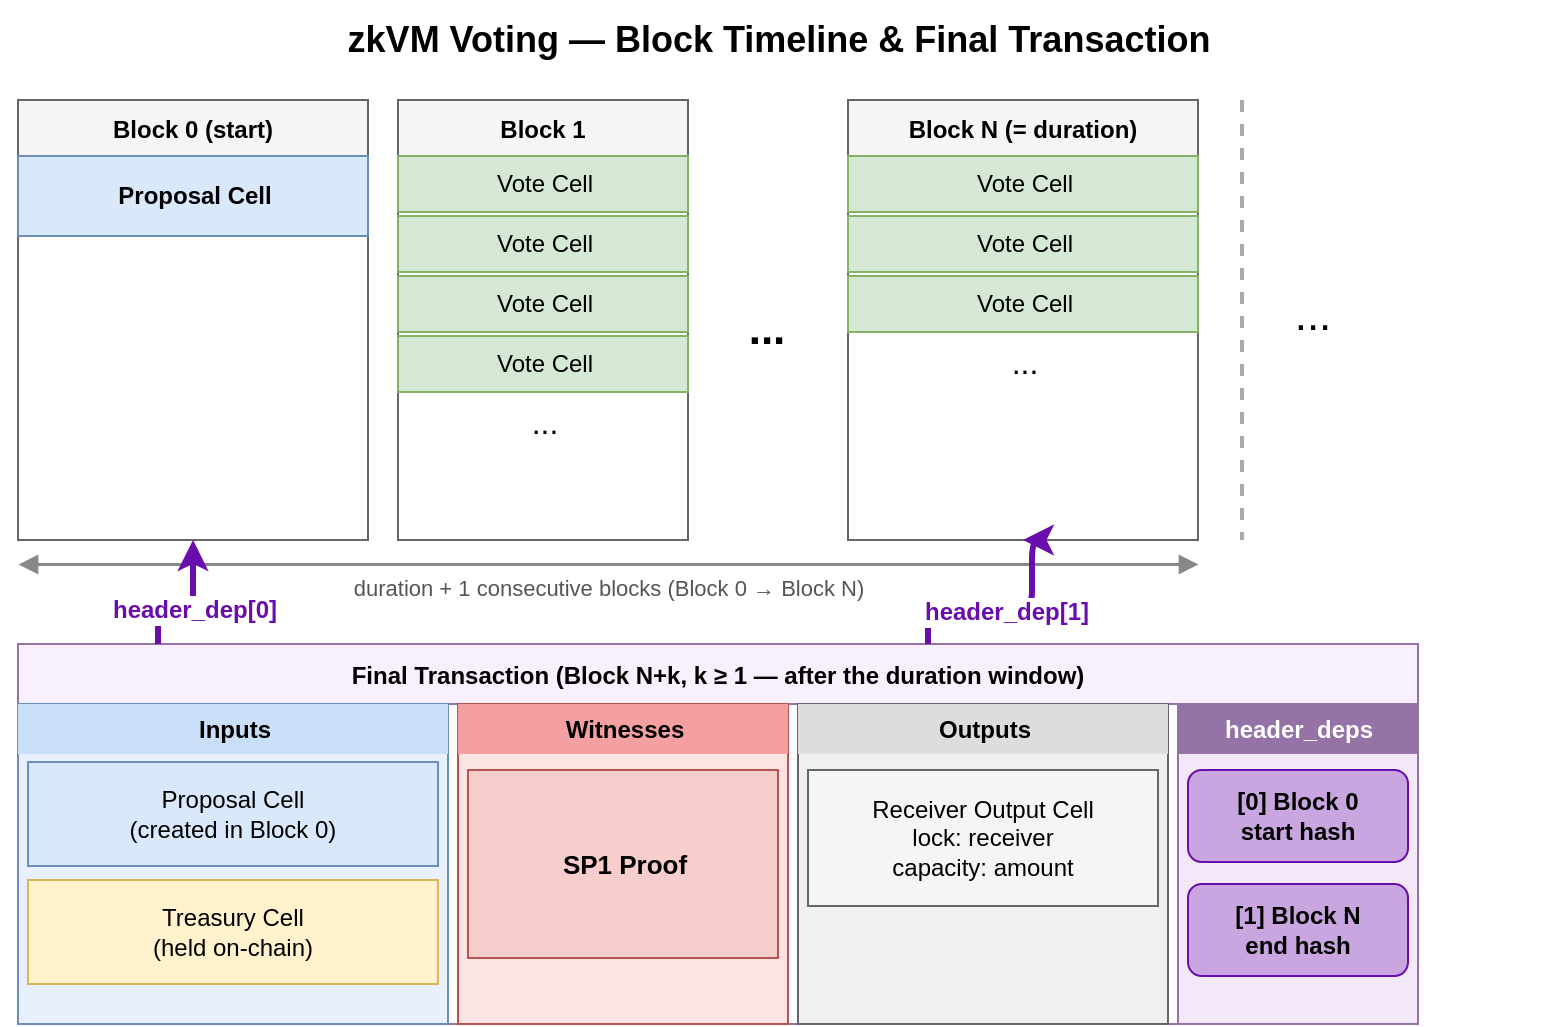
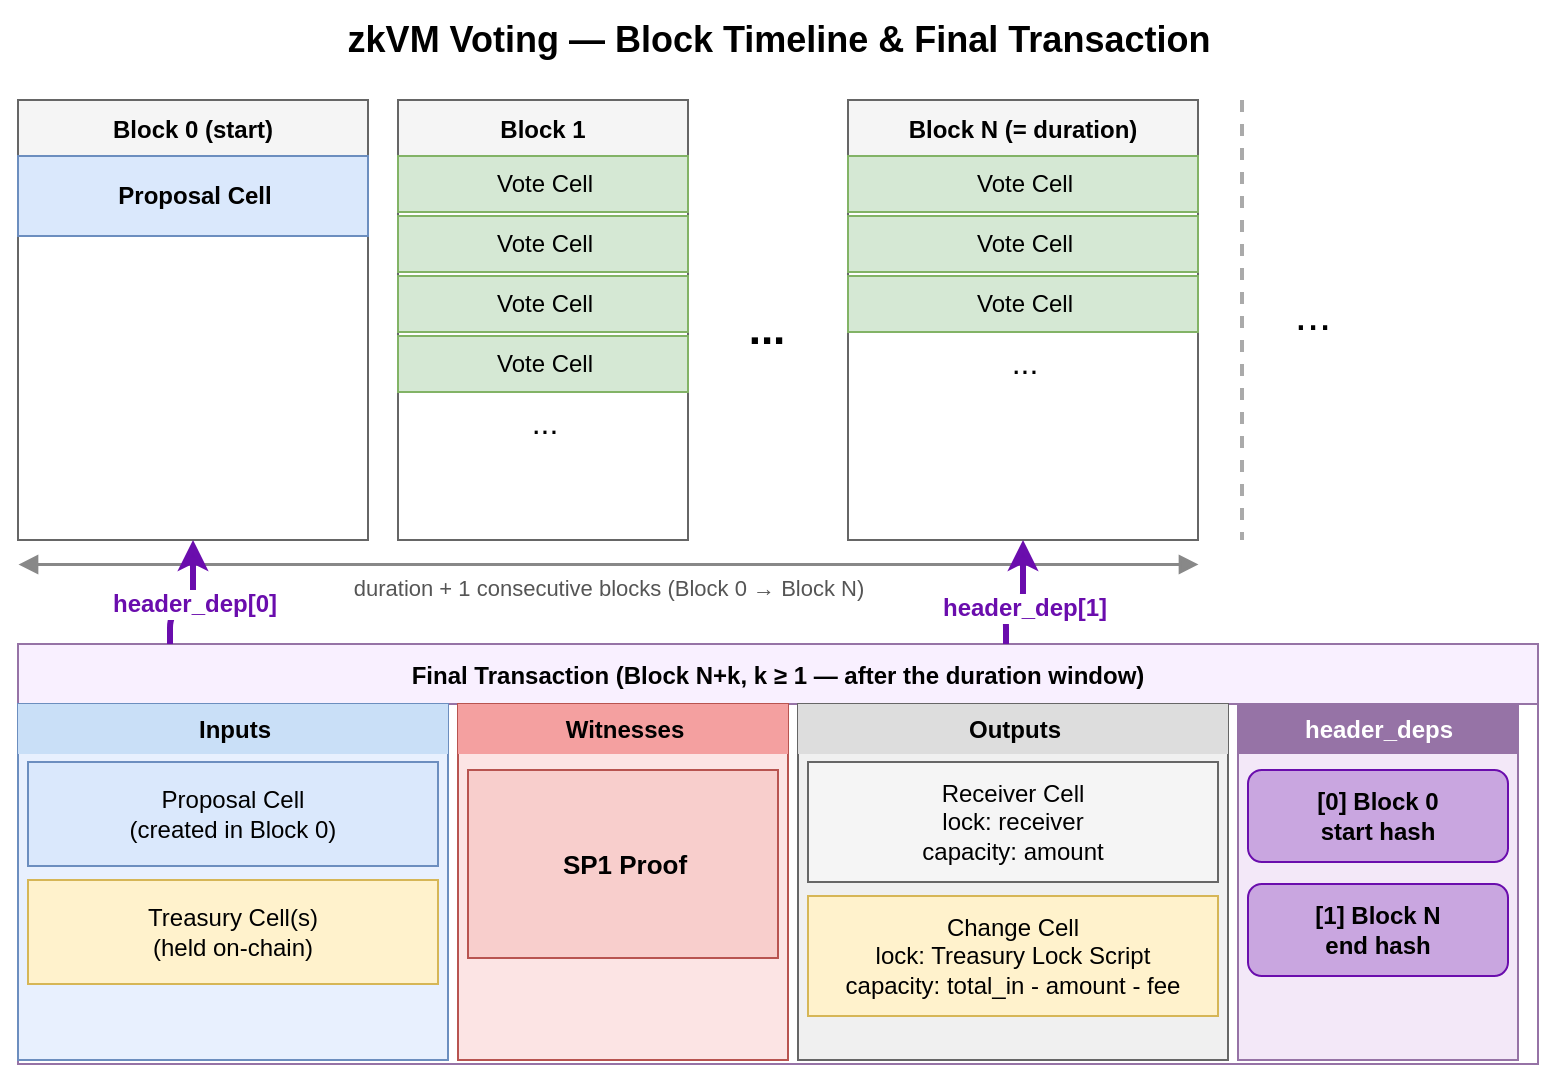
- <mxfile host="embed.diagrams.net">
-   <diagram id="tfoYfmyhiadQkFuRch0r" name="Page-1">
-     <mxGraphModel dx="1030" dy="557" grid="1" gridSize="10" guides="1" tooltips="1" connect="1" arrows="1" fold="1" page="1" pageScale="1" pageWidth="1654" pageHeight="1169" math="0" shadow="0">
-       <root>
-         <mxCell id="0" />
-         <mxCell id="1" parent="0" />
-         <mxCell id="title" parent="1" style="text;html=1;strokeColor=none;fillColor=none;align=center;verticalAlign=middle;fontSize=18;fontStyle=1;" value="zkVM Voting — Block Timeline &amp; Final Transaction" vertex="1">
-           <mxGeometry height="40" width="760" x="40" y="10" as="geometry" />
-         </mxCell>
-         <mxCell id="block-0" parent="1" style="swimlane;startSize=28;fillColor=#f5f5f5;strokeColor=#666666;fontStyle=1;fontSize=12;" value="Block 0  (start)" vertex="1">
-           <mxGeometry height="220" width="175" x="40" y="60" as="geometry" />
-         </mxCell>
-         <mxCell id="b0-pc" parent="block-0" style="text;html=1;strokeColor=#6c8ebf;fillColor=#dae8fc;align=center;verticalAlign=middle;rounded=0;fontStyle=1;" value="Proposal Cell" vertex="1">
-           <mxGeometry height="40" width="175" y="28" as="geometry" />
-         </mxCell>
-         <mxCell id="block-1" parent="1" style="swimlane;startSize=28;fillColor=#f5f5f5;strokeColor=#666666;fontStyle=1;fontSize=12;" value="Block 1" vertex="1">
-           <mxGeometry height="220" width="145" x="230" y="60" as="geometry" />
-         </mxCell>
-         <mxCell id="b1-vc1" parent="block-1" style="text;html=1;strokeColor=#82b366;fillColor=#d5e8d4;align=center;verticalAlign=middle;" value="Vote Cell" vertex="1">
-           <mxGeometry height="28" width="145" y="28" as="geometry" />
-         </mxCell>
-         <mxCell id="b1-vc2" parent="block-1" style="text;html=1;strokeColor=#82b366;fillColor=#d5e8d4;align=center;verticalAlign=middle;" value="Vote Cell" vertex="1">
-           <mxGeometry height="28" width="145" y="58" as="geometry" />
-         </mxCell>
-         <mxCell id="b1-vc3" parent="block-1" style="text;html=1;strokeColor=#82b366;fillColor=#d5e8d4;align=center;verticalAlign=middle;" value="Vote Cell" vertex="1">
-           <mxGeometry height="28" width="145" y="88" as="geometry" />
-         </mxCell>
-         <mxCell id="b1-vc4" parent="block-1" style="text;html=1;strokeColor=#82b366;fillColor=#d5e8d4;align=center;verticalAlign=middle;" value="Vote Cell" vertex="1">
-           <mxGeometry height="28" width="145" y="118" as="geometry" />
-         </mxCell>
-         <mxCell id="b1-more" parent="block-1" style="text;html=1;strokeColor=none;fillColor=none;align=center;verticalAlign=middle;fontSize=16;" value="..." vertex="1">
-           <mxGeometry height="22" width="145" y="150" as="geometry" />
-         </mxCell>
-         <mxCell id="block-dots" parent="1" style="text;html=1;strokeColor=none;fillColor=none;align=center;verticalAlign=middle;fontSize=22;fontStyle=1;" value="..." vertex="1">
-           <mxGeometry height="34" width="52" x="388" y="158" as="geometry" />
-         </mxCell>
-         <mxCell id="block-n" parent="1" style="swimlane;startSize=28;fillColor=#f5f5f5;strokeColor=#666666;fontStyle=1;fontSize=12;" value="Block N  (= duration)" vertex="1">
-           <mxGeometry height="220" width="175" x="455" y="60" as="geometry" />
-         </mxCell>
-         <mxCell id="bn-vc1" parent="block-n" style="text;html=1;strokeColor=#82b366;fillColor=#d5e8d4;align=center;verticalAlign=middle;" value="Vote Cell" vertex="1">
-           <mxGeometry height="28" width="175" y="28" as="geometry" />
-         </mxCell>
-         <mxCell id="bn-vc2" parent="block-n" style="text;html=1;strokeColor=#82b366;fillColor=#d5e8d4;align=center;verticalAlign=middle;" value="Vote Cell" vertex="1">
-           <mxGeometry height="28" width="175" y="58" as="geometry" />
-         </mxCell>
-         <mxCell id="bn-vc3" parent="block-n" style="text;html=1;strokeColor=#82b366;fillColor=#d5e8d4;align=center;verticalAlign=middle;" value="Vote Cell" vertex="1">
-           <mxGeometry height="28" width="175" y="88" as="geometry" />
-         </mxCell>
-         <mxCell id="bn-more" parent="block-n" style="text;html=1;strokeColor=none;fillColor=none;align=center;verticalAlign=middle;fontSize=16;" value="..." vertex="1">
-           <mxGeometry height="22" width="175" y="120" as="geometry" />
-         </mxCell>
-         <mxCell id="later-sep" edge="1" parent="1" style="endArrow=none;html=1;strokeColor=#aaaaaa;strokeWidth=2;dashed=1;" value="">
-           <mxGeometry relative="1" as="geometry">
-             <mxPoint x="652" y="60" as="sourcePoint" />
-             <mxPoint x="652" y="280" as="targetPoint" />
-           </mxGeometry>
-         </mxCell>
-         <mxCell id="later-dots" parent="1" style="text;html=1;strokeColor=none;fillColor=none;align=center;verticalAlign=middle;fontSize=22;" value="..." vertex="1">
-           <mxGeometry height="32" width="50" x="662" y="152" as="geometry" />
-         </mxCell>
-         <mxCell id="duration-bracket" edge="1" parent="1" style="endArrow=block;startArrow=block;html=1;strokeColor=#888888;strokeWidth=1.5;startFill=1;endFill=1;" value="">
-           <mxGeometry relative="1" as="geometry">
-             <mxPoint x="40" y="292" as="sourcePoint" />
-             <mxPoint x="630" y="292" as="targetPoint" />
-           </mxGeometry>
-         </mxCell>
-         <mxCell id="duration-label" parent="1" style="text;html=1;strokeColor=none;fillColor=none;align=center;verticalAlign=middle;fontSize=11;fontColor=#555555;" value="duration + 1 consecutive blocks  (Block 0 → Block N)" vertex="1">
-           <mxGeometry height="20" width="590" x="40" y="294" as="geometry" />
-         </mxCell>
-         <mxCell id="ft" parent="1" style="swimlane;startSize=30;fillColor=#f9f0ff;strokeColor=#9673a6;fontStyle=1;fontSize=12;" value="Final Transaction  (Block N+k,  k ≥ 1  —  after the duration window)" vertex="1">
-           <mxGeometry height="190" width="700" x="40" y="332" as="geometry" />
-         </mxCell>
-         <mxCell id="ft-inputs-bg" parent="ft" style="rounded=0;whiteSpace=wrap;html=1;fillColor=#e8f0fe;strokeColor=#6c8ebf;" value="" vertex="1">
-           <mxGeometry height="160" width="215" y="30" as="geometry" />
-         </mxCell>
-         <mxCell id="ft-inputs-hdr" parent="ft" style="text;html=1;strokeColor=none;fillColor=#c9dff7;align=center;verticalAlign=middle;fontStyle=1;fontSize=12;" value="Inputs" vertex="1">
-           <mxGeometry height="25" width="215" y="30" as="geometry" />
-         </mxCell>
-         <mxCell id="ft-pc" parent="ft" style="text;html=1;strokeColor=#6c8ebf;fillColor=#dae8fc;align=center;verticalAlign=middle;whiteSpace=wrap;" value="Proposal Cell&#xa;(created in Block 0)" vertex="1">
-           <mxGeometry height="52" width="205" x="5" y="59" as="geometry" />
-         </mxCell>
-         <mxCell id="ft-tc" parent="ft" style="text;html=1;strokeColor=#d6b656;fillColor=#fff2cc;align=center;verticalAlign=middle;whiteSpace=wrap;" value="Treasury Cell&#xa;(held on-chain)" vertex="1">
-           <mxGeometry height="52" width="205" x="5" y="118" as="geometry" />
-         </mxCell>
-         <mxCell id="ft-wit-bg" parent="ft" style="rounded=0;whiteSpace=wrap;html=1;fillColor=#fce4e4;strokeColor=#b85450;" value="" vertex="1">
-           <mxGeometry height="160" width="165" x="220" y="30" as="geometry" />
-         </mxCell>
-         <mxCell id="ft-wit-hdr" parent="ft" style="text;html=1;strokeColor=none;fillColor=#f4a0a0;align=center;verticalAlign=middle;fontStyle=1;fontSize=12;" value="Witnesses" vertex="1">
-           <mxGeometry height="25" width="165" x="220" y="30" as="geometry" />
-         </mxCell>
-         <mxCell id="ft-proof" parent="ft" style="text;html=1;strokeColor=#b85450;fillColor=#f8cecc;align=center;verticalAlign=middle;fontStyle=1;fontSize=13;" value="SP1 Proof" vertex="1">
-           <mxGeometry height="94" width="155" x="225" y="63" as="geometry" />
-         </mxCell>
-         <mxCell id="ft-out-bg" parent="ft" style="rounded=0;whiteSpace=wrap;html=1;fillColor=#f0f0f0;strokeColor=#666666;" value="" vertex="1">
-           <mxGeometry height="160" width="185" x="390" y="30" as="geometry" />
-         </mxCell>
-         <mxCell id="ft-out-hdr" parent="ft" style="text;html=1;strokeColor=none;fillColor=#dddddd;align=center;verticalAlign=middle;fontStyle=1;fontSize=12;" value="Outputs" vertex="1">
-           <mxGeometry height="25" width="185" x="390" y="30" as="geometry" />
-         </mxCell>
-         <mxCell id="ft-recv" parent="ft" style="text;html=1;strokeColor=#666666;fillColor=#f5f5f5;align=center;verticalAlign=middle;whiteSpace=wrap;" value="Receiver Output Cell&#xa;lock: receiver&#xa;capacity: amount" vertex="1">
-           <mxGeometry height="68" width="175" x="395" y="63" as="geometry" />
-         </mxCell>
-         <mxCell id="ft-hdeps-bg" parent="ft" style="rounded=0;whiteSpace=wrap;html=1;fillColor=#f3e8f8;strokeColor=#9673a6;" value="" vertex="1">
-           <mxGeometry height="160" width="120" x="580" y="30" as="geometry" />
-         </mxCell>
-         <mxCell id="ft-hdeps-hdr" parent="ft" style="text;html=1;strokeColor=none;fillColor=#9673a6;fontColor=#ffffff;align=center;verticalAlign=middle;fontStyle=1;fontSize=12;" value="header_deps" vertex="1">
-           <mxGeometry height="25" width="120" x="580" y="30" as="geometry" />
-         </mxCell>
-         <mxCell id="ft-hdep0" parent="ft" style="text;html=1;strokeColor=#6a0dad;fillColor=#c9a6e0;align=center;verticalAlign=middle;whiteSpace=wrap;rounded=1;fontStyle=1;fontSize=12;" value="[0] Block 0&#xa;start hash" vertex="1">
-           <mxGeometry height="46" width="110" x="585" y="63" as="geometry" />
-         </mxCell>
-         <mxCell id="ft-hdep1" parent="ft" style="text;html=1;strokeColor=#6a0dad;fillColor=#c9a6e0;align=center;verticalAlign=middle;whiteSpace=wrap;rounded=1;fontStyle=1;fontSize=12;" value="[1] Block N&#xa;end hash" vertex="1">
-           <mxGeometry height="46" width="110" x="585" y="120" as="geometry" />
-         </mxCell>
-         <mxCell id="e-hdep0" edge="1" parent="1" source="ft" style="edgeStyle=orthogonalEdgeStyle;html=1;exitX=0.1;exitY=0;exitDx=0;exitDy=0;entryX=0.5;entryY=1;entryDx=0;entryDy=0;strokeColor=#6a0dad;fontColor=#6a0dad;fontSize=12;fontStyle=1;strokeWidth=3;" target="block-0" value="header_dep[0]">
-           <mxGeometry relative="1" as="geometry">
-             <Array as="points">
-               <mxPoint x="110" y="316" />
-               <mxPoint x="127" y="316" />
-             </Array>
-           </mxGeometry>
-         </mxCell>
-         <mxCell id="e-hdep1" edge="1" parent="1" source="ft" style="edgeStyle=orthogonalEdgeStyle;html=1;exitX=0.65;exitY=0;exitDx=0;exitDy=0;entryX=0.5;entryY=1;entryDx=0;entryDy=0;strokeColor=#6a0dad;fontColor=#6a0dad;fontSize=12;fontStyle=1;strokeWidth=3;" target="block-n" value="header_dep[1]">
-           <mxGeometry relative="1" as="geometry">
-             <Array as="points">
-               <mxPoint x="495" y="316" />
-               <mxPoint x="547" y="316" />
-             </Array>
-           </mxGeometry>
-         </mxCell>
-       </root>
-     </mxGraphModel>
-   </diagram>
- </mxfile>
+ <mxGraphModel dx="1030" dy="557" grid="1" gridSize="10" guides="1" tooltips="1" connect="1" arrows="1" fold="1" page="1" pageScale="1" pageWidth="1654" pageHeight="1169" math="0" shadow="0"><root><mxCell id="0"/><mxCell id="1" parent="0"/><mxCell id="title" parent="1" style="text;html=1;strokeColor=none;fillColor=none;align=center;verticalAlign=middle;fontSize=18;fontStyle=1;" value="zkVM Voting — Block Timeline &amp; Final Transaction" vertex="1"><mxGeometry height="40" width="760" x="40" y="10" as="geometry"/></mxCell><mxCell id="block-0" parent="1" style="swimlane;startSize=28;fillColor=#f5f5f5;strokeColor=#666666;fontStyle=1;fontSize=12;" value="Block 0  (start)" vertex="1"><mxGeometry height="220" width="175" x="40" y="60" as="geometry"/></mxCell><mxCell id="b0-pc" parent="block-0" style="text;html=1;strokeColor=#6c8ebf;fillColor=#dae8fc;align=center;verticalAlign=middle;rounded=0;fontStyle=1;" value="Proposal Cell" vertex="1"><mxGeometry height="40" width="175" y="28" as="geometry"/></mxCell><mxCell id="block-1" parent="1" style="swimlane;startSize=28;fillColor=#f5f5f5;strokeColor=#666666;fontStyle=1;fontSize=12;" value="Block 1" vertex="1"><mxGeometry height="220" width="145" x="230" y="60" as="geometry"/></mxCell><mxCell id="b1-vc1" parent="block-1" style="text;html=1;strokeColor=#82b366;fillColor=#d5e8d4;align=center;verticalAlign=middle;" value="Vote Cell" vertex="1"><mxGeometry height="28" width="145" y="28" as="geometry"/></mxCell><mxCell id="b1-vc2" parent="block-1" style="text;html=1;strokeColor=#82b366;fillColor=#d5e8d4;align=center;verticalAlign=middle;" value="Vote Cell" vertex="1"><mxGeometry height="28" width="145" y="58" as="geometry"/></mxCell><mxCell id="b1-vc3" parent="block-1" style="text;html=1;strokeColor=#82b366;fillColor=#d5e8d4;align=center;verticalAlign=middle;" value="Vote Cell" vertex="1"><mxGeometry height="28" width="145" y="88" as="geometry"/></mxCell><mxCell id="b1-vc4" parent="block-1" style="text;html=1;strokeColor=#82b366;fillColor=#d5e8d4;align=center;verticalAlign=middle;" value="Vote Cell" vertex="1"><mxGeometry height="28" width="145" y="118" as="geometry"/></mxCell><mxCell id="b1-more" parent="block-1" style="text;html=1;strokeColor=none;fillColor=none;align=center;verticalAlign=middle;fontSize=16;" value="..." vertex="1"><mxGeometry height="22" width="145" y="150" as="geometry"/></mxCell><mxCell id="block-dots" parent="1" style="text;html=1;strokeColor=none;fillColor=none;align=center;verticalAlign=middle;fontSize=22;fontStyle=1;" value="..." vertex="1"><mxGeometry height="34" width="52" x="388" y="158" as="geometry"/></mxCell><mxCell id="block-n" parent="1" style="swimlane;startSize=28;fillColor=#f5f5f5;strokeColor=#666666;fontStyle=1;fontSize=12;" value="Block N  (= duration)" vertex="1"><mxGeometry height="220" width="175" x="455" y="60" as="geometry"/></mxCell><mxCell id="bn-vc1" parent="block-n" style="text;html=1;strokeColor=#82b366;fillColor=#d5e8d4;align=center;verticalAlign=middle;" value="Vote Cell" vertex="1"><mxGeometry height="28" width="175" y="28" as="geometry"/></mxCell><mxCell id="bn-vc2" parent="block-n" style="text;html=1;strokeColor=#82b366;fillColor=#d5e8d4;align=center;verticalAlign=middle;" value="Vote Cell" vertex="1"><mxGeometry height="28" width="175" y="58" as="geometry"/></mxCell><mxCell id="bn-vc3" parent="block-n" style="text;html=1;strokeColor=#82b366;fillColor=#d5e8d4;align=center;verticalAlign=middle;" value="Vote Cell" vertex="1"><mxGeometry height="28" width="175" y="88" as="geometry"/></mxCell><mxCell id="bn-more" parent="block-n" style="text;html=1;strokeColor=none;fillColor=none;align=center;verticalAlign=middle;fontSize=16;" value="..." vertex="1"><mxGeometry height="22" width="175" y="120" as="geometry"/></mxCell><mxCell id="later-sep" edge="1" parent="1" style="endArrow=none;html=1;strokeColor=#aaaaaa;strokeWidth=2;dashed=1;" value=""><mxGeometry relative="1" as="geometry"><mxPoint x="652" y="60" as="sourcePoint"/><mxPoint x="652" y="280" as="targetPoint"/></mxGeometry></mxCell><mxCell id="later-dots" parent="1" style="text;html=1;strokeColor=none;fillColor=none;align=center;verticalAlign=middle;fontSize=22;" value="..." vertex="1"><mxGeometry height="32" width="50" x="662" y="152" as="geometry"/></mxCell><mxCell id="duration-bracket" edge="1" parent="1" style="endArrow=block;startArrow=block;html=1;strokeColor=#888888;strokeWidth=1.5;startFill=1;endFill=1;" value=""><mxGeometry relative="1" as="geometry"><mxPoint x="40" y="292" as="sourcePoint"/><mxPoint x="630" y="292" as="targetPoint"/></mxGeometry></mxCell><mxCell id="duration-label" parent="1" style="text;html=1;strokeColor=none;fillColor=none;align=center;verticalAlign=middle;fontSize=11;fontColor=#555555;" value="duration + 1 consecutive blocks  (Block 0 → Block N)" vertex="1"><mxGeometry height="20" width="590" x="40" y="294" as="geometry"/></mxCell><mxCell id="ft" parent="1" style="swimlane;startSize=30;fillColor=#f9f0ff;strokeColor=#9673a6;fontStyle=1;fontSize=12;" value="Final Transaction  (Block N+k,  k ≥ 1  —  after the duration window)" vertex="1"><mxGeometry height="210" width="760" x="40" y="332" as="geometry"/></mxCell><mxCell id="ft-inputs-bg" parent="ft" style="rounded=0;whiteSpace=wrap;html=1;fillColor=#e8f0fe;strokeColor=#6c8ebf;" value="" vertex="1"><mxGeometry height="178" width="215" y="30" as="geometry"/></mxCell><mxCell id="ft-inputs-hdr" parent="ft" style="text;html=1;strokeColor=none;fillColor=#c9dff7;align=center;verticalAlign=middle;fontStyle=1;fontSize=12;" value="Inputs" vertex="1"><mxGeometry height="25" width="215" y="30" as="geometry"/></mxCell><mxCell id="ft-pc" parent="ft" style="text;html=1;strokeColor=#6c8ebf;fillColor=#dae8fc;align=center;verticalAlign=middle;whiteSpace=wrap;" value="Proposal Cell&#xa;(created in Block 0)" vertex="1"><mxGeometry height="52" width="205" x="5" y="59" as="geometry"/></mxCell><mxCell id="ft-tc" parent="ft" style="text;html=1;strokeColor=#d6b656;fillColor=#fff2cc;align=center;verticalAlign=middle;whiteSpace=wrap;" value="Treasury Cell(s)&#xa;(held on-chain)" vertex="1"><mxGeometry height="52" width="205" x="5" y="118" as="geometry"/></mxCell><mxCell id="ft-wit-bg" parent="ft" style="rounded=0;whiteSpace=wrap;html=1;fillColor=#fce4e4;strokeColor=#b85450;" value="" vertex="1"><mxGeometry height="178" width="165" x="220" y="30" as="geometry"/></mxCell><mxCell id="ft-wit-hdr" parent="ft" style="text;html=1;strokeColor=none;fillColor=#f4a0a0;align=center;verticalAlign=middle;fontStyle=1;fontSize=12;" value="Witnesses" vertex="1"><mxGeometry height="25" width="165" x="220" y="30" as="geometry"/></mxCell><mxCell id="ft-proof" parent="ft" style="text;html=1;strokeColor=#b85450;fillColor=#f8cecc;align=center;verticalAlign=middle;fontStyle=1;fontSize=13;" value="SP1 Proof" vertex="1"><mxGeometry height="94" width="155" x="225" y="63" as="geometry"/></mxCell><mxCell id="ft-out-bg" parent="ft" style="rounded=0;whiteSpace=wrap;html=1;fillColor=#f0f0f0;strokeColor=#666666;" value="" vertex="1"><mxGeometry height="178" width="215" x="390" y="30" as="geometry"/></mxCell><mxCell id="ft-out-hdr" parent="ft" style="text;html=1;strokeColor=none;fillColor=#dddddd;align=center;verticalAlign=middle;fontStyle=1;fontSize=12;" value="Outputs" vertex="1"><mxGeometry height="25" width="215" x="390" y="30" as="geometry"/></mxCell><mxCell id="ft-recv" parent="ft" style="text;html=1;strokeColor=#666666;fillColor=#f5f5f5;align=center;verticalAlign=middle;whiteSpace=wrap;" value="Receiver Cell&#xa;lock: receiver&#xa;capacity: amount" vertex="1"><mxGeometry height="60" width="205" x="395" y="59" as="geometry"/></mxCell><mxCell id="ft-change" parent="ft" style="text;html=1;strokeColor=#d6b656;fillColor=#fff2cc;align=center;verticalAlign=middle;whiteSpace=wrap;" value="Change Cell&#xa;lock: Treasury Lock Script&#xa;capacity: total_in - amount - fee" vertex="1"><mxGeometry height="60" width="205" x="395" y="126" as="geometry"/></mxCell><mxCell id="ft-hdeps-bg" parent="ft" style="rounded=0;whiteSpace=wrap;html=1;fillColor=#f3e8f8;strokeColor=#9673a6;" value="" vertex="1"><mxGeometry height="178" width="140" x="610" y="30" as="geometry"/></mxCell><mxCell id="ft-hdeps-hdr" parent="ft" style="text;html=1;strokeColor=none;fillColor=#9673a6;fontColor=#ffffff;align=center;verticalAlign=middle;fontStyle=1;fontSize=12;" value="header_deps" vertex="1"><mxGeometry height="25" width="140" x="610" y="30" as="geometry"/></mxCell><mxCell id="ft-hdep0" parent="ft" style="text;html=1;strokeColor=#6a0dad;fillColor=#c9a6e0;align=center;verticalAlign=middle;whiteSpace=wrap;rounded=1;fontStyle=1;fontSize=12;" value="[0] Block 0&#xa;start hash" vertex="1"><mxGeometry height="46" width="130" x="615" y="63" as="geometry"/></mxCell><mxCell id="ft-hdep1" parent="ft" style="text;html=1;strokeColor=#6a0dad;fillColor=#c9a6e0;align=center;verticalAlign=middle;whiteSpace=wrap;rounded=1;fontStyle=1;fontSize=12;" value="[1] Block N&#xa;end hash" vertex="1"><mxGeometry height="46" width="130" x="615" y="120" as="geometry"/></mxCell><mxCell id="e-hdep0" edge="1" parent="1" source="ft" style="edgeStyle=orthogonalEdgeStyle;html=1;exitX=0.1;exitY=0;exitDx=0;exitDy=0;entryX=0.5;entryY=1;entryDx=0;entryDy=0;strokeColor=#6a0dad;fontColor=#6a0dad;fontSize=12;fontStyle=1;strokeWidth=3;" target="block-0" value="header_dep[0]"><mxGeometry relative="1" as="geometry"><Array as="points"><mxPoint x="116" y="316"/><mxPoint x="127" y="316"/></Array></mxGeometry></mxCell><mxCell id="e-hdep1" edge="1" parent="1" source="ft" style="edgeStyle=orthogonalEdgeStyle;html=1;exitX=0.65;exitY=0;exitDx=0;exitDy=0;entryX=0.5;entryY=1;entryDx=0;entryDy=0;strokeColor=#6a0dad;fontColor=#6a0dad;fontSize=12;fontStyle=1;strokeWidth=3;" target="block-n" value="header_dep[1]"><mxGeometry relative="1" as="geometry"><Array as="points"><mxPoint x="530" y="316"/><mxPoint x="547" y="316"/></Array></mxGeometry></mxCell></root></mxGraphModel>